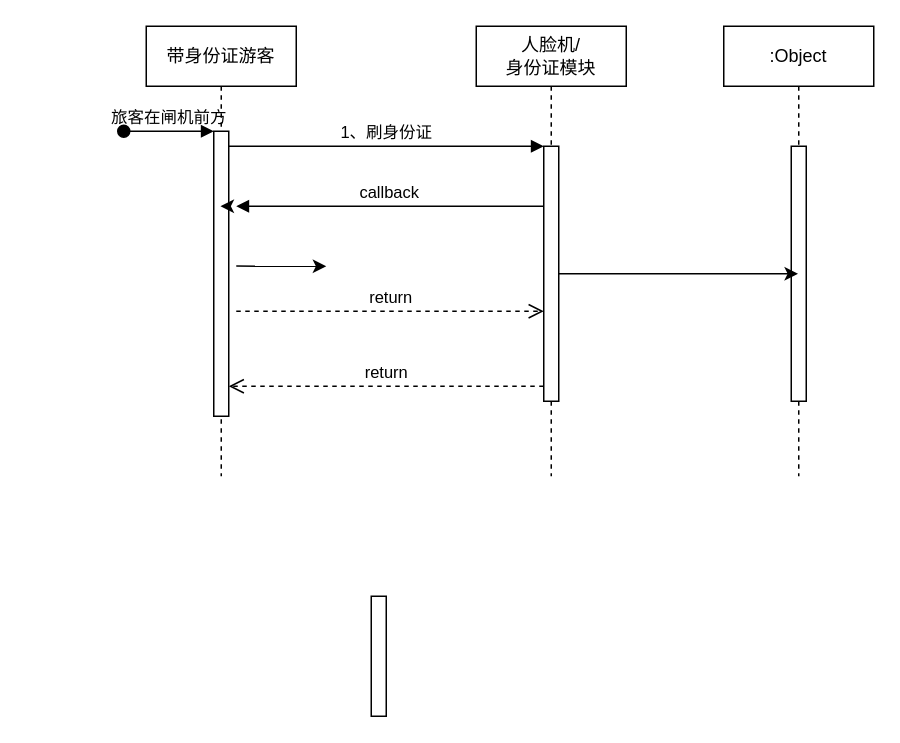
liucg63/- keeps this draw.io diagram as 带身份证游客--自助通道.drawio. Above is the earlier version. Source tidied: cells renumbered, new cells numbered last; positions are measured from the earlier drawing's top-left corner, leaving out a move shared by most shapes. Both pictures are drawn from the tidied source at 150%, with x=0, y=0 at pixel (123, 26).
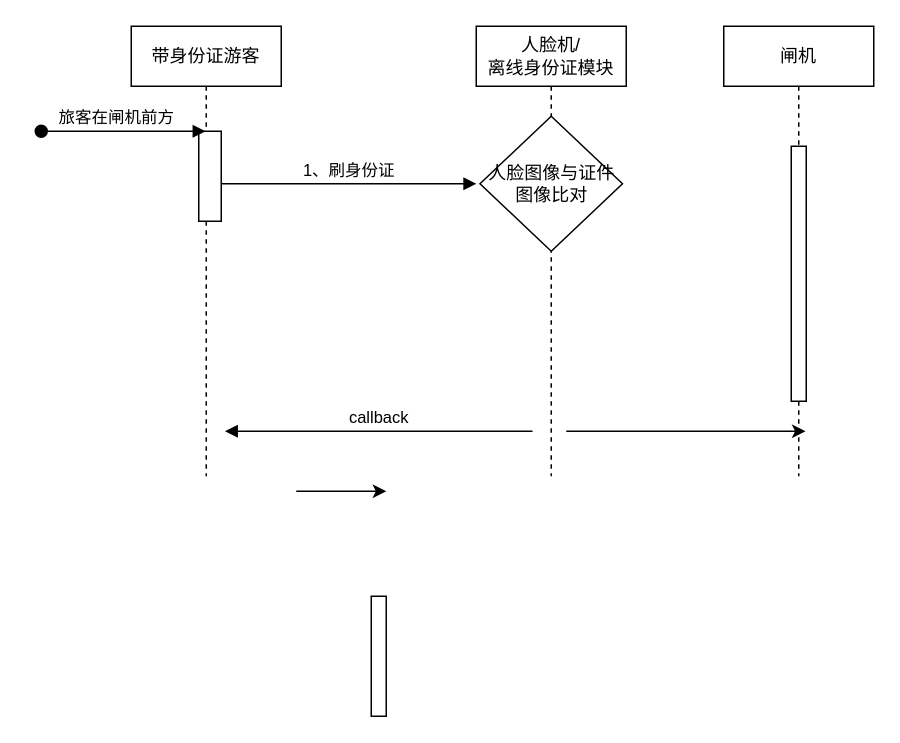
After the change.

Commit message (it also covers changes not shown here):
更新带身份证游客--自助通道.drawio

The edit, as a diff of the source:
```diff
@@
     <mxCell id="2" value="带身份证游客" style="shape=umlLifeline;perimeter=lifelinePerimeter;whiteSpace=wrap;html=1;outlineConnect=0;portConstraint=eastwest;newEdgeStyle={&quot;edgeStyle&quot;:&quot;elbowEdgeStyle&quot;,&quot;elbow&quot;:&quot;vertical&quot;,&quot;curved&quot;:0,&quot;rounded&quot;:0};labelBackgroundColor=none;" parent="1" vertex="1">
-      <mxGeometry x="15" width="100" height="300" as="geometry" />
+      <mxGeometry x="5" width="100" height="300" as="geometry" />
     </mxCell>
     <mxCell id="3" style="html=1;points=[];perimeter=orthogonalPerimeter;outlineConnect=0;targetShapes=umlLifeline;portConstraint=eastwest;newEdgeStyle={&quot;edgeStyle&quot;:&quot;elbowEdgeStyle&quot;,&quot;elbow&quot;:&quot;vertical&quot;,&quot;curved&quot;:0,&quot;rounded&quot;:0};labelBackgroundColor=none;" parent="2" vertex="1">
-      <mxGeometry x="45" y="70" width="10" height="190" as="geometry" />
+      <mxGeometry x="45" y="70" width="15" height="60" as="geometry" />
     </mxCell>
-    <mxCell id="4" value="旅客在闸机前方" style="html=1;verticalAlign=bottom;startArrow=oval;endArrow=block;startSize=8;edgeStyle=elbowEdgeStyle;elbow=vertical;curved=0;rounded=0;labelBackgroundColor=none;fontColor=default;" parent="2" edge="1" target="3">
-      <mxGeometry relative="1" as="geometry">
-        <mxPoint x="-15" y="70" as="sourcePoint" />
-      </mxGeometry>
-    </mxCell>
-    <mxCell id="5" style="edgeStyle=elbowEdgeStyle;rounded=0;jettySize=auto;html=1;elbow=vertical;curved=0;" parent="2" edge="1" target="2">
-      <mxGeometry relative="1" as="geometry">
-        <mxPoint x="55" y="120" as="sourcePoint" />
-      </mxGeometry>
-    </mxCell>
-    <mxCell id="6" style="edgeStyle=elbowEdgeStyle;rounded=0;orthogonalLoop=1;jettySize=auto;html=1;elbow=vertical;curved=0;" parent="2" edge="1">
-      <mxGeometry relative="1" as="geometry">
-        <mxPoint x="60" y="159.9" as="sourcePoint" />
-        <mxPoint x="120" y="160" as="targetPoint" />
-      </mxGeometry>
-    </mxCell>
-    <mxCell id="7" value="人脸机/&lt;div&gt;身份证模块&lt;/div&gt;" style="shape=umlLifeline;perimeter=lifelinePerimeter;whiteSpace=wrap;html=1;newEdgeStyle={&quot;edgeStyle&quot;:&quot;elbowEdgeStyle&quot;,&quot;elbow&quot;:&quot;vertical&quot;,&quot;curved&quot;:0,&quot;rounded&quot;:0};labelBackgroundColor=none;" parent="1" vertex="1">
+    <mxCell id="7" value="人脸机/&lt;div&gt;离线身份证模块&lt;/div&gt;" style="shape=umlLifeline;perimeter=lifelinePerimeter;whiteSpace=wrap;html=1;newEdgeStyle={&quot;edgeStyle&quot;:&quot;elbowEdgeStyle&quot;,&quot;elbow&quot;:&quot;vertical&quot;,&quot;curved&quot;:0,&quot;rounded&quot;:0};labelBackgroundColor=none;" parent="1" vertex="1">
       <mxGeometry x="235" width="100" height="300" as="geometry" />
     </mxCell>
-    <mxCell id="8" style="html=1;points=[];perimeter=orthogonalPerimeter;outlineConnect=0;targetShapes=umlLifeline;portConstraint=eastwest;newEdgeStyle={&quot;edgeStyle&quot;:&quot;elbowEdgeStyle&quot;,&quot;elbow&quot;:&quot;vertical&quot;,&quot;curved&quot;:0,&quot;rounded&quot;:0};labelBackgroundColor=none;" parent="7" vertex="1">
-      <mxGeometry x="45" y="80" width="10" height="170" as="geometry" />
-    </mxCell>
-    <mxCell id="9" value="1、刷身份证" style="html=1;verticalAlign=bottom;endArrow=block;edgeStyle=elbowEdgeStyle;elbow=vertical;curved=0;rounded=0;labelBackgroundColor=none;fontColor=default;" parent="1" edge="1" source="3" target="8">
+    <mxCell id="9" value="1、刷身份证" style="html=1;verticalAlign=bottom;endArrow=block;edgeStyle=elbowEdgeStyle;elbow=vertical;curved=0;rounded=0;labelBackgroundColor=none;fontColor=default;" parent="1" edge="1" source="3">
       <mxGeometry relative="1" as="geometry">
+        <mxPoint x="235" y="105" as="targetPoint" />
         <Array as="points">
-          <mxPoint x="155" y="80" />
+          <mxPoint x="65" y="105" />
+          <mxPoint x="120" y="94.7" />
         </Array>
       </mxGeometry>
     </mxCell>
-    <mxCell id="10" value="return" style="html=1;verticalAlign=bottom;endArrow=open;dashed=1;endSize=8;edgeStyle=elbowEdgeStyle;elbow=vertical;curved=0;rounded=0;labelBackgroundColor=none;fontColor=default;" parent="1" edge="1" source="8" target="3">
-      <mxGeometry relative="1" as="geometry">
-        <Array as="points">
-          <mxPoint x="165" y="240" />
-        </Array>
-      </mxGeometry>
-    </mxCell>
-    <mxCell id="11" value="callback" style="html=1;verticalAlign=bottom;endArrow=block;edgeStyle=elbowEdgeStyle;elbow=vertical;curved=0;rounded=0;labelBackgroundColor=none;fontColor=default;" parent="1" edge="1" source="8">
+    <mxCell id="11" value="callback" style="html=1;verticalAlign=bottom;endArrow=block;edgeStyle=elbowEdgeStyle;elbow=vertical;curved=0;rounded=0;labelBackgroundColor=none;fontColor=default;" parent="1" edge="1">
       <mxGeometry relative="1" as="geometry">
-        <mxPoint x="75" y="120" as="targetPoint" />
+        <mxPoint x="272.5" y="270" as="sourcePoint" />
+        <mxPoint x="67.5" y="270" as="targetPoint" />
         <Array as="points">
-          <mxPoint x="165" y="120" />
+          <mxPoint x="157.5" y="270" />
         </Array>
       </mxGeometry>
     </mxCell>
-    <mxCell id="12" value="return" style="html=1;verticalAlign=bottom;endArrow=open;dashed=1;endSize=8;edgeStyle=elbowEdgeStyle;elbow=vertical;curved=0;rounded=0;labelBackgroundColor=none;fontColor=default;" parent="1" edge="1" target="8">
-      <mxGeometry relative="1" as="geometry">
-        <mxPoint x="75" y="190" as="sourcePoint" />
-        <Array as="points">
-          <mxPoint x="155" y="190" />
-        </Array>
-      </mxGeometry>
-    </mxCell>
-    <mxCell id="13" value=":Object" style="shape=umlLifeline;perimeter=lifelinePerimeter;whiteSpace=wrap;html=1;outlineConnect=0;portConstraint=eastwest;newEdgeStyle={&quot;edgeStyle&quot;:&quot;elbowEdgeStyle&quot;,&quot;elbow&quot;:&quot;vertical&quot;,&quot;curved&quot;:0,&quot;rounded&quot;:0};labelBackgroundColor=none;" parent="1" vertex="1">
+    <mxCell id="13" value="闸机" style="shape=umlLifeline;perimeter=lifelinePerimeter;whiteSpace=wrap;html=1;outlineConnect=0;portConstraint=eastwest;newEdgeStyle={&quot;edgeStyle&quot;:&quot;elbowEdgeStyle&quot;,&quot;elbow&quot;:&quot;vertical&quot;,&quot;curved&quot;:0,&quot;rounded&quot;:0};labelBackgroundColor=none;" parent="1" vertex="1">
       <mxGeometry x="400" width="100" height="300" as="geometry" />
     </mxCell>
@@
-    <mxCell id="16" style="edgeStyle=elbowEdgeStyle;rounded=0;jettySize=auto;html=1;elbow=vertical;curved=0;" parent="1" edge="1" source="8" target="13">
-      <mxGeometry relative="1" as="geometry" />
+    <mxCell id="16" style="edgeStyle=elbowEdgeStyle;rounded=0;orthogonalLoop=1;jettySize=auto;html=1;elbow=vertical;curved=0;" parent="1" edge="1">
+      <mxGeometry relative="1" as="geometry">
+        <mxPoint x="295" y="270" as="sourcePoint" />
+        <mxPoint x="454.5" y="270" as="targetPoint" />
+      </mxGeometry>
     </mxCell>
+    <mxCell id="6" style="edgeStyle=elbowEdgeStyle;rounded=0;orthogonalLoop=1;jettySize=auto;html=1;elbow=vertical;curved=0;" parent="1" edge="1">
+      <mxGeometry relative="1" as="geometry">
+        <mxPoint x="115" y="310" as="sourcePoint" />
+        <mxPoint x="175" y="310.1" as="targetPoint" />
+      </mxGeometry>
+    </mxCell>
+    <mxCell id="17" value="人脸图像与证件图像比对" style="rhombus;whiteSpace=wrap;html=1;" parent="1" vertex="1">
+      <mxGeometry x="237.5" y="60" width="95" height="90" as="geometry" />
+    </mxCell>
+    <mxCell id="4" value="旅客在闸机前方" style="html=1;verticalAlign=bottom;startArrow=oval;endArrow=block;startSize=8;edgeStyle=elbowEdgeStyle;elbow=vertical;curved=0;rounded=0;labelBackgroundColor=none;fontColor=default;" parent="1" edge="1" target="2">
+      <mxGeometry x="-0.09" relative="1" as="geometry">
+        <mxPoint x="-55" y="70" as="sourcePoint" />
+        <Array as="points">
+          <mxPoint x="-5" y="70" />
+        </Array>
+      </mxGeometry>
+    </mxCell>
```
